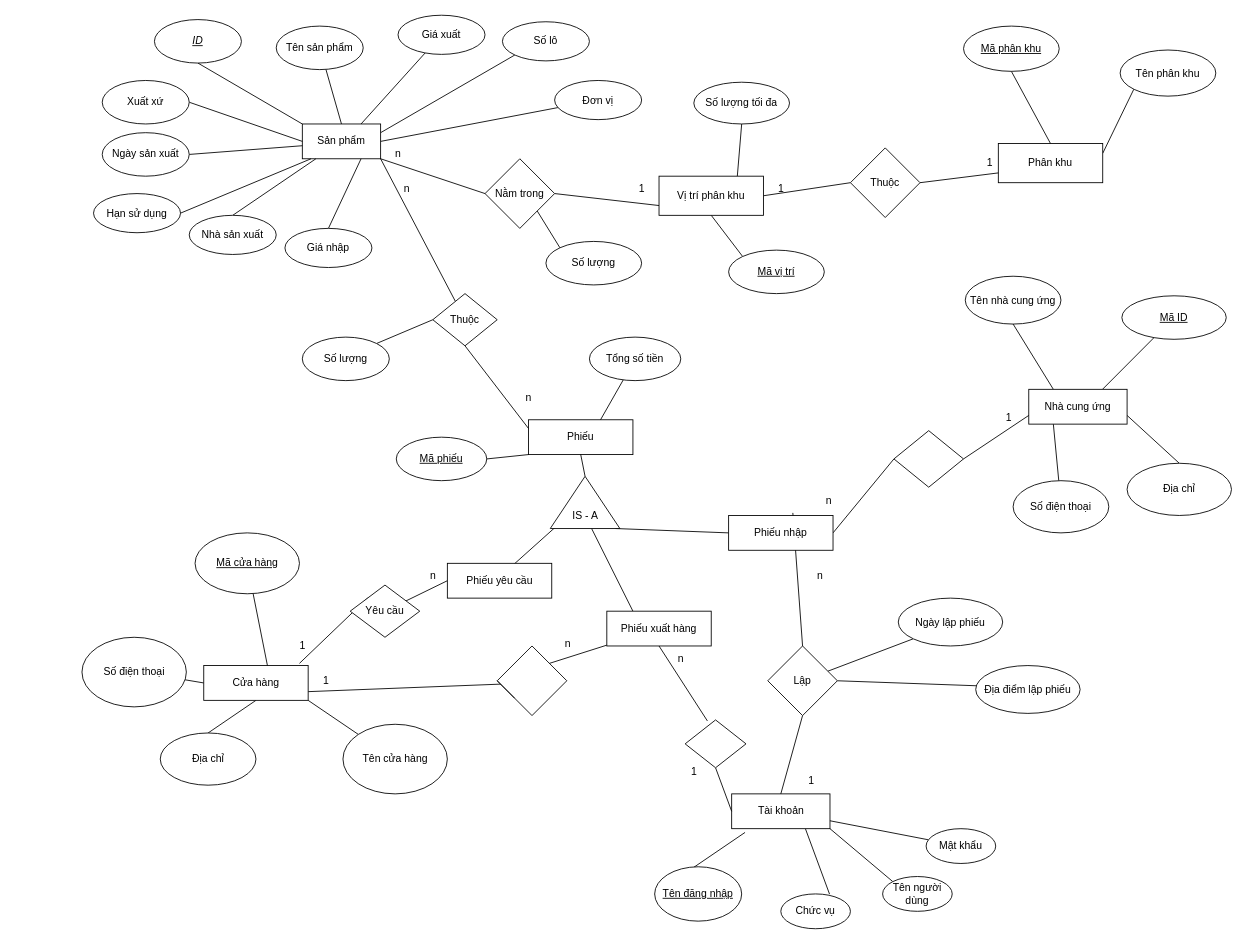
The draw.io diagram Description/Diagrams/Buổi 2/ER.drawio in maingocdoan1809/PTTK-HTTT, before the edit. Source tidied: cells renumbered, new cells numbered last; positions are measured from the earlier drawing's top-left corner, leaving out a move shared by most shapes. Both pictures are drawn from the tidied source at 87%, with x=0, y=0 at pixel (82, 15).
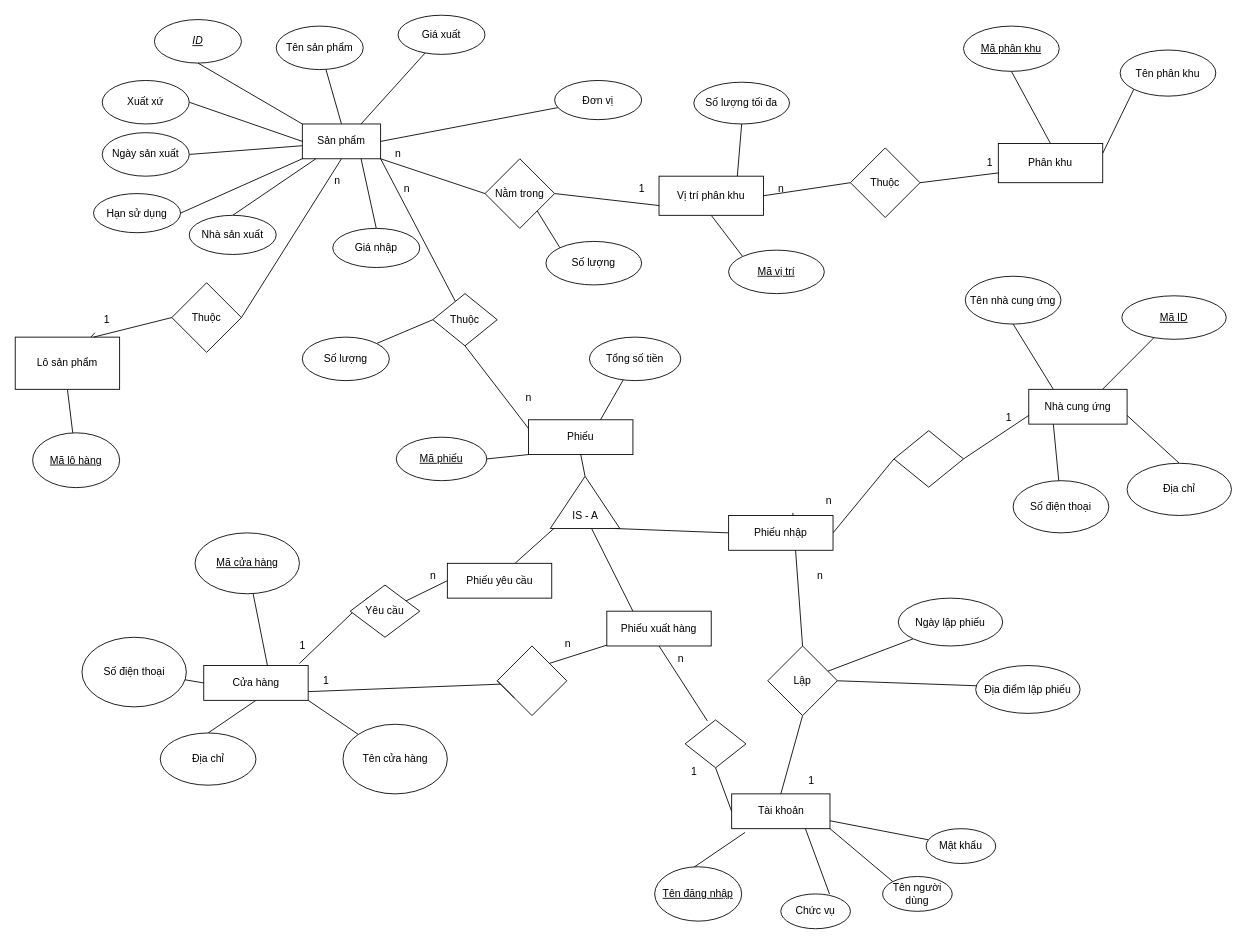
Above is the later version.

Unchanged cells that the change refers to:
```xml
<mxCell id="8" value="Sản phẩm" style="rounded=0;whiteSpace=wrap;html=1;" parent="1" vertex="1">
  <mxGeometry x="253" y="125" width="90" height="40" as="geometry" />
</mxCell>
<mxCell id="37" value="Hạn sử dụng" style="ellipse;whiteSpace=wrap;html=1;" parent="1" vertex="1">
  <mxGeometry x="13" y="205" width="100" height="45" as="geometry" />
</mxCell>
```

Diff of the diagram source:
```diff
@@
-    <mxCell id="4" style="edgeStyle=none;rounded=0;jettySize=auto;html=1;exitX=1;exitY=0.25;exitDx=0;exitDy=0;entryX=0;entryY=1;entryDx=0;entryDy=0;endArrow=none;endFill=0;" parent="1" edge="1" source="8" target="44">
-      <mxGeometry relative="1" as="geometry" />
-    </mxCell>
@@
+    <mxCell id="125" style="edgeStyle=none;rounded=0;jettySize=auto;html=1;exitX=0.5;exitY=1;exitDx=0;exitDy=0;endArrow=none;endFill=0;entryX=1;entryY=0.5;entryDx=0;entryDy=0;" parent="1" edge="1" source="8" target="130">
+      <mxGeometry relative="1" as="geometry" />
+    </mxCell>
@@
     <mxCell id="36" style="rounded=0;jettySize=auto;html=1;exitX=1;exitY=0.5;exitDx=0;exitDy=0;endArrow=none;endFill=0;" parent="1" edge="1" source="37">
       <mxGeometry relative="1" as="geometry">
-        <mxPoint x="263" y="165" as="targetPoint" />
+        <mxPoint x="253" y="165" as="targetPoint" />
       </mxGeometry>
     </mxCell>
@@
     <mxCell id="41" value="Giá nhập" style="ellipse;whiteSpace=wrap;html=1;" parent="1" vertex="1">
-      <mxGeometry x="233" y="245" width="100" height="45" as="geometry" />
+      <mxGeometry x="288" y="245" width="100" height="45" as="geometry" />
     </mxCell>
@@
-    <mxCell id="44" value="Số lô" style="ellipse;whiteSpace=wrap;html=1;" parent="1" vertex="1">
-      <mxGeometry x="483" y="7.5" width="100" height="45" as="geometry" />
-    </mxCell>
@@
-    <mxCell id="112" value="1" style="text;html=1;align=center;verticalAlign=middle;strokeColor=none;fillColor=none;" parent="1" vertex="1">
+    <mxCell id="112" value="n" style="text;html=1;align=center;verticalAlign=middle;strokeColor=none;fillColor=none;" parent="1" vertex="1">
       <mxGeometry x="788" y="185" width="30" height="30" as="geometry" />
     </mxCell>
@@
+    <mxCell id="126" style="rounded=0;jettySize=auto;html=1;exitX=0.5;exitY=1;exitDx=0;exitDy=0;endArrow=none;endFill=0;" parent="1" edge="1" source="127" target="128">
+      <mxGeometry relative="1" as="geometry" />
+    </mxCell>
+    <mxCell id="127" value="Lô sản phẩm" style="rounded=0;whiteSpace=wrap;html=1;" parent="1" vertex="1">
+      <mxGeometry x="-77" y="370" width="120" height="60" as="geometry" />
+    </mxCell>
+    <mxCell id="128" value="&lt;u&gt;Mã lô hàng&lt;/u&gt;" style="ellipse;whiteSpace=wrap;html=1;" parent="1" vertex="1">
+      <mxGeometry x="-57" y="480" width="100" height="63" as="geometry" />
+    </mxCell>
+    <mxCell id="129" style="edgeStyle=none;rounded=0;jettySize=auto;html=1;exitX=0;exitY=0.5;exitDx=0;exitDy=0;entryX=0.75;entryY=0;entryDx=0;entryDy=0;endArrow=none;endFill=0;" parent="1" edge="1" source="130" target="127">
+      <mxGeometry relative="1" as="geometry" />
+    </mxCell>
+    <mxCell id="130" value="Thuộc" style="rhombus;whiteSpace=wrap;html=1;" parent="1" vertex="1">
+      <mxGeometry x="103" y="307.5" width="80" height="80" as="geometry" />
+    </mxCell>
+    <mxCell id="131" value="n" style="text;html=1;align=center;verticalAlign=middle;strokeColor=none;fillColor=none;" parent="1" vertex="1">
+      <mxGeometry x="278" y="175" width="30" height="30" as="geometry" />
+    </mxCell>
+    <mxCell id="132" style="edgeStyle=none;rounded=0;jettySize=auto;html=1;endArrow=none;endFill=0;" parent="1" edge="1" source="133" target="127">
+      <mxGeometry relative="1" as="geometry" />
+    </mxCell>
+    <mxCell id="133" value="1" style="text;html=1;align=center;verticalAlign=middle;points=[];strokeColor=none;fillColor=none;" parent="1" vertex="1">
+      <mxGeometry x="13" y="335" width="30" height="30" as="geometry" />
+    </mxCell>
```
